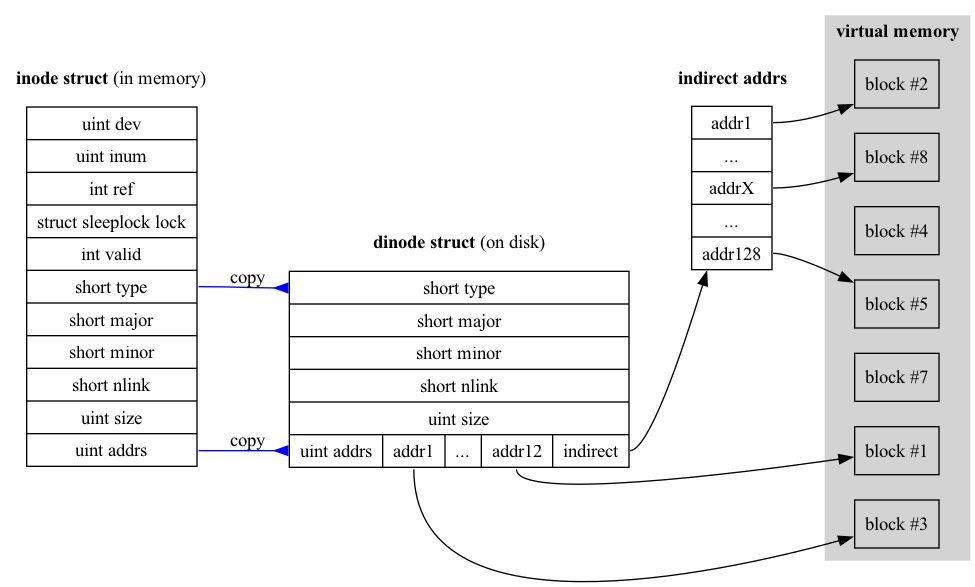
The Graphviz diagram img/inode-relation.dot.png in Jeanhwea/xv6-course, before a commit. Its source is kept beside it as img/inode-relation.dot.
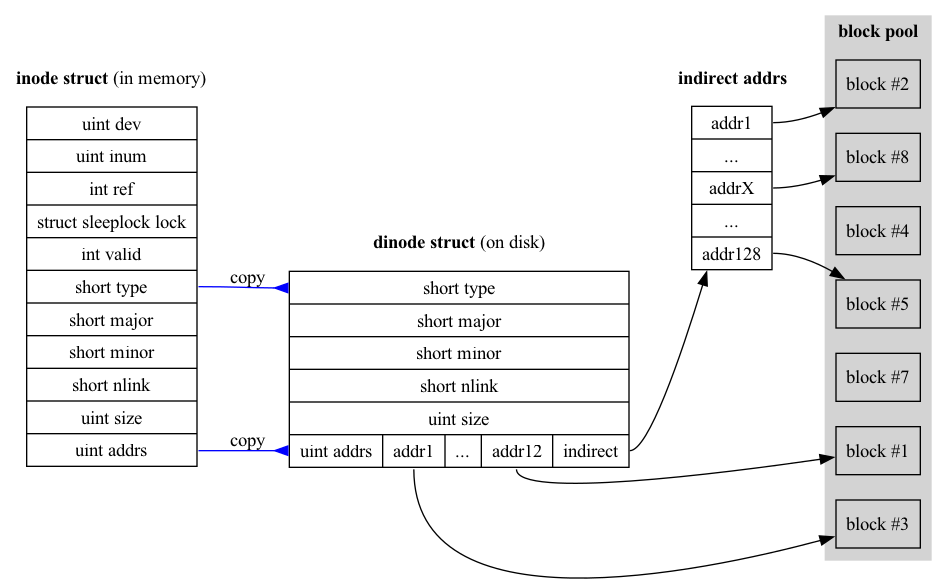
The same diagram one commit later.

The edit, as a diff of the source:
```diff
@@ -17,7 +17,7 @@
     indirect [label="<i1>addr1|...|<ix>addrX|...|<i2>addr128"];
   }
   subgraph cluster_data {
-    label =<<b>virtual memory</b>>; style=filled; color=lightgray;
+    label =<<b>block pool</b>>; style=filled; color=lightgray;
     data2  [label="block #1"];
     data1  [label="block #3"];
     data4  [label="block #4"];
```
